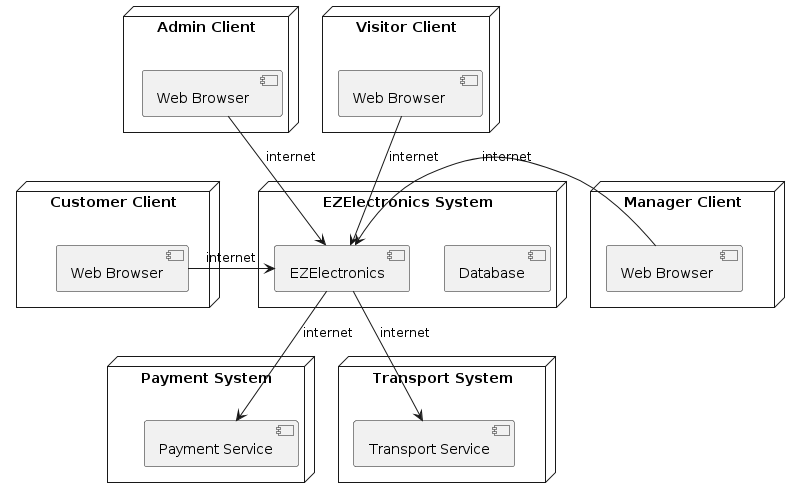
Above: resources/DeploymentV2.png in dtswizo/Progetto-Software-Engineer (PlantUML), before the change.
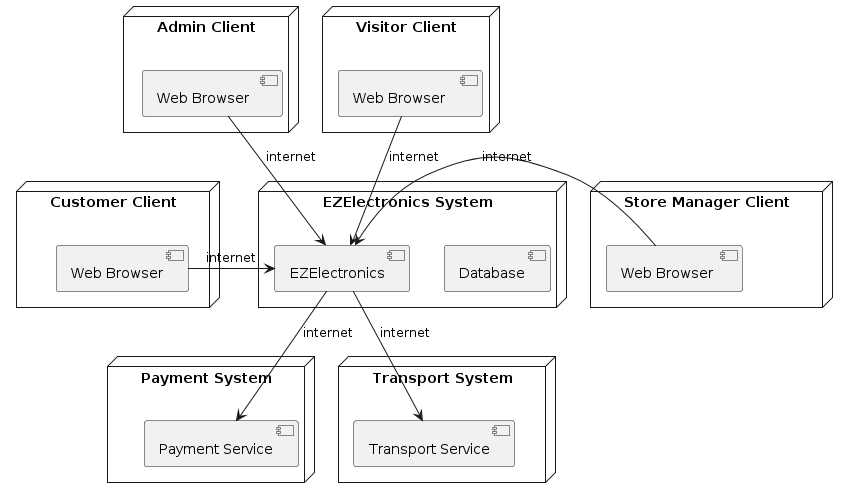
Above is the later version.

Commit message:
[EDIT] RDv2 Deployment fixed

Diff of the diagram source:
```diff
@@ -3,7 +3,7 @@
     [Web Browser]
 }
 
-node "Manager Client" {
+node "Store Manager Client" {
     [Web Browser ]
 }
 
```
